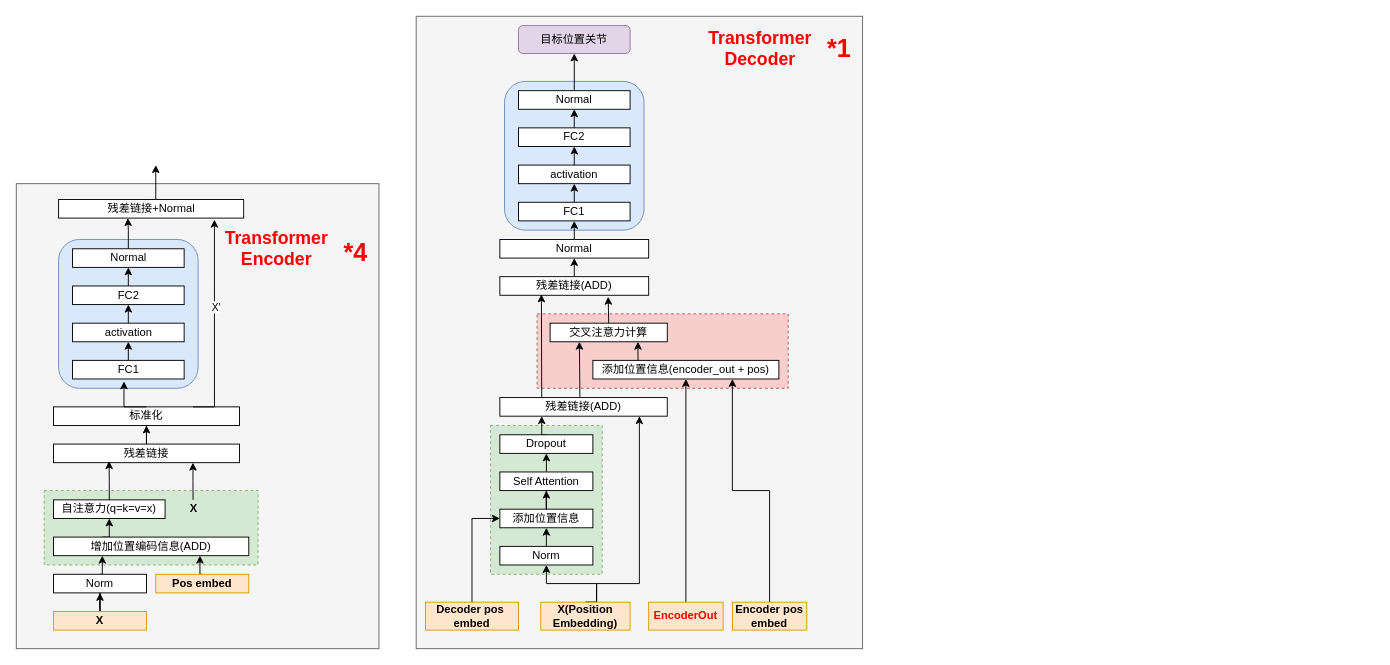
Earlier version of the draw.io diagram LLM/VLA/ACT-源码分析.drawio (mailonghua/drawio). Source tidied: cells renumbered, new cells numbered last; positions are measured from the earlier drawing's top-left corner, leaving out a move shared by most shapes. Both pictures are drawn from the tidied source at 93%, with x=0, y=0 at pixel (16, 16).
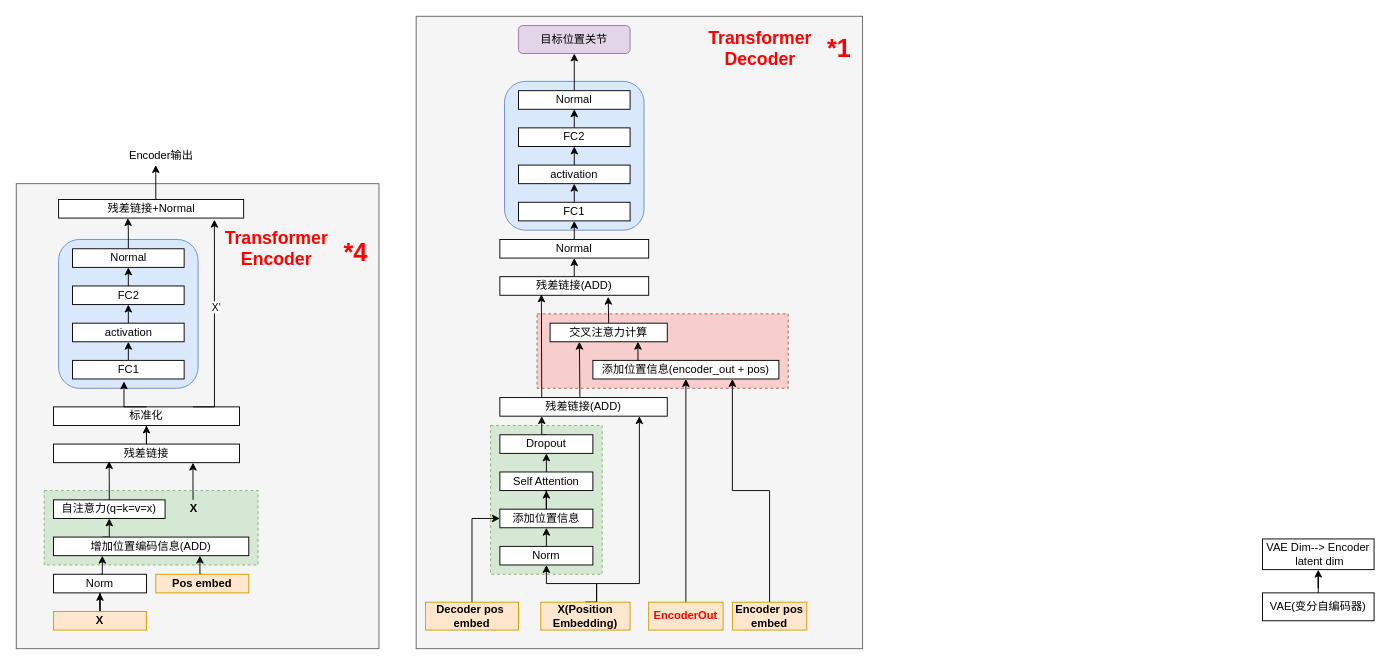
After the change.

Commit message:
更新ACT-源码分析.drawio

Change to the diagram source:
```diff
@@
+    <mxCell id="78" value="Encoder输出" style="text;strokeColor=none;align=center;fillColor=none;html=1;verticalAlign=middle;whiteSpace=wrap;rounded=0;" parent="1" vertex="1">
+      <mxGeometry x="116" y="142.5" width="79.5" height="15" as="geometry" />
+    </mxCell>
+    <mxCell id="79" style="edgeStyle=orthogonalEdgeStyle;rounded=0;jettySize=auto;html=1;" parent="1" edge="1" source="80" target="81">
+      <mxGeometry relative="1" as="geometry" />
+    </mxCell>
+    <mxCell id="80" value="VAE(变分自编码器)" style="rounded=0;whiteSpace=wrap;html=1;" parent="1" vertex="1">
+      <mxGeometry x="1340" y="620" width="120" height="30" as="geometry" />
+    </mxCell>
+    <mxCell id="81" value="VAE Dim--&amp;gt;&amp;nbsp;&lt;span style=&quot;background-color: transparent; color: light-dark(rgb(0, 0, 0), rgb(255, 255, 255));&quot;&gt;Encoder&lt;/span&gt;&lt;div&gt;&amp;nbsp;latent dim&lt;/div&gt;" style="rounded=0;whiteSpace=wrap;html=1;" parent="1" vertex="1">
+      <mxGeometry x="1340" y="562" width="120" height="33" as="geometry" />
+    </mxCell>
```
